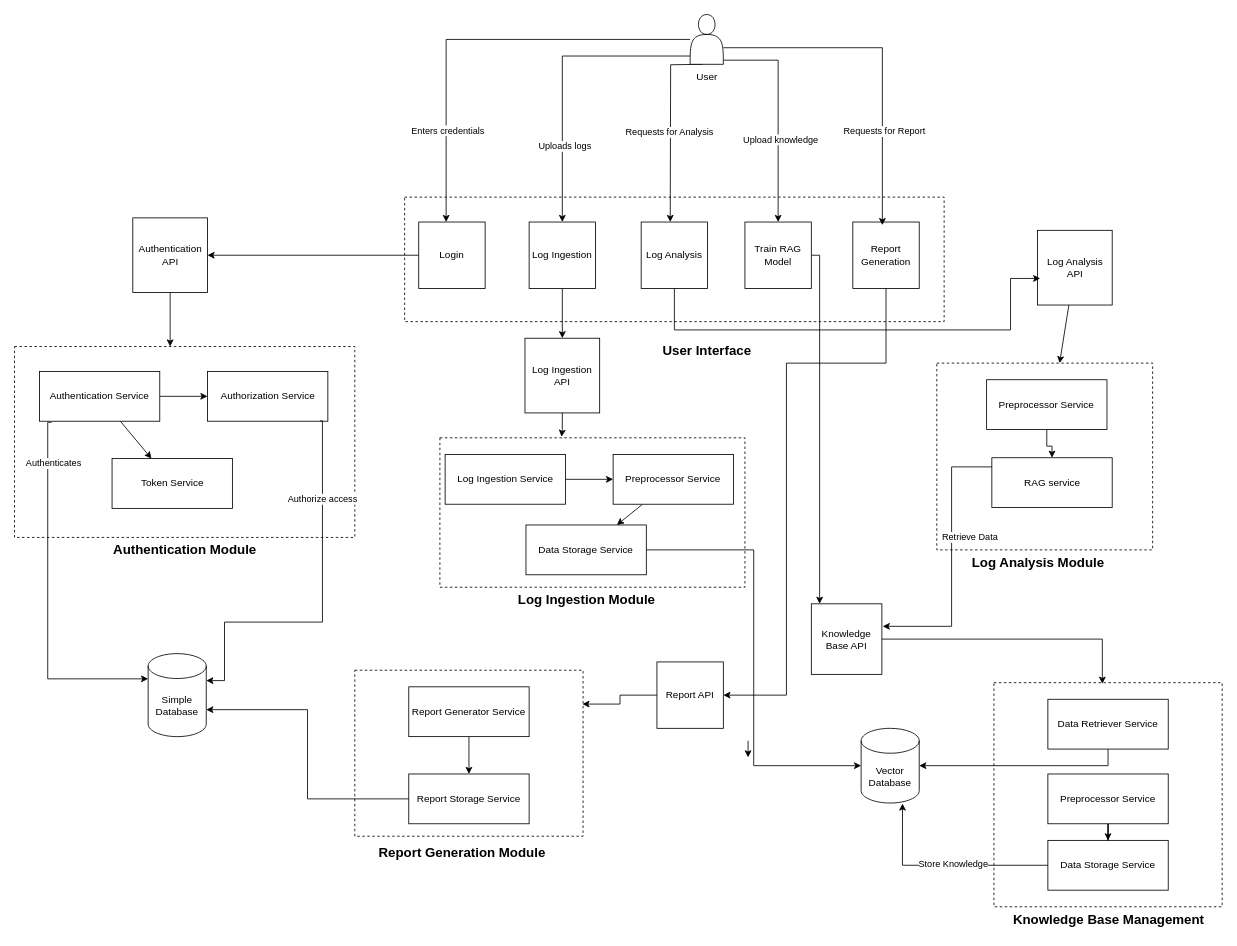
Noumannomi123/LogsMate keeps this draw.io diagram as Untitled Diagram.drawio. Above is the earlier version. Source tidied: cells renumbered, new cells numbered last; positions are measured from the earlier drawing's top-left corner, leaving out a move shared by most shapes. Both pictures are drawn from the tidied source at 83%, with x=0, y=0 at pixel (14, 14).
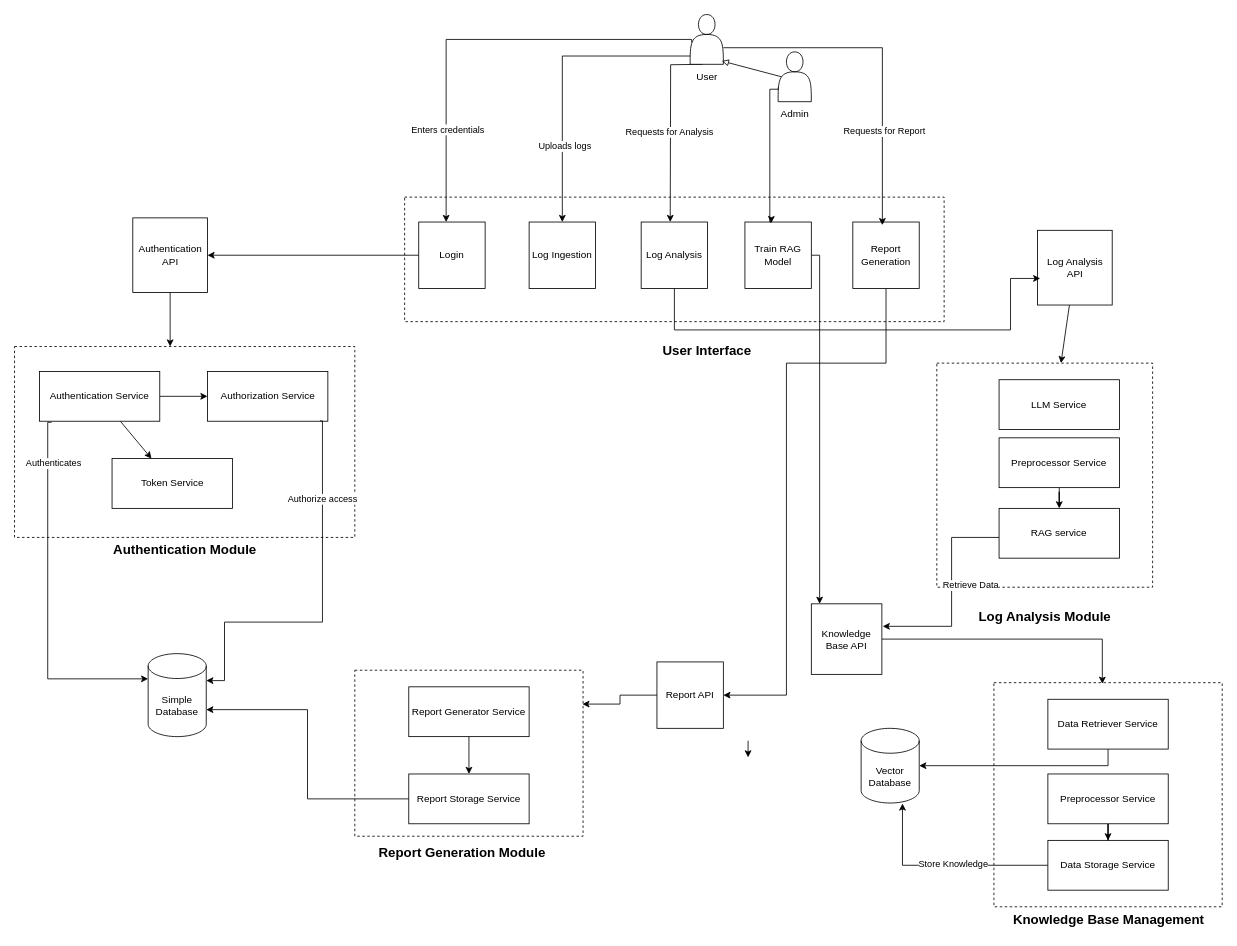
Above is the later version.

Unchanged cells that the change refers to:
```xml
<mxCell id="8" style="shape=actor;whiteSpace=wrap;html=1;" parent="1" vertex="1">
  <mxGeometry x="814" width="40" height="60" as="geometry" />
</mxCell>
<mxCell id="24" value="Log Ingestion" style="whiteSpace=wrap;html=1;" parent="1" vertex="1">
  <mxGeometry x="620" y="250" width="80" height="80" as="geometry" />
</mxCell>
<mxCell id="26" value="Login" style="whiteSpace=wrap;html=1;" parent="1" vertex="1">
  <mxGeometry x="487" y="250" width="80" height="80" as="geometry" />
</mxCell>
<mxCell id="45" value="Log Analysis API" style="whiteSpace=wrap;html=1;" parent="1" vertex="1">
  <mxGeometry x="1232.5" y="260" width="90" height="90" as="geometry" />
</mxCell>
<mxCell id="46" value="Log Analysis" style="whiteSpace=wrap;html=1;" parent="1" vertex="1">
  <mxGeometry x="755" y="250" width="80" height="80" as="geometry" />
</mxCell>
<mxCell id="51" value="Vector Database" style="shape=cylinder3;whiteSpace=wrap;html=1;boundedLbl=1;backgroundOutline=1;size=15;" parent="1" vertex="1">
  <mxGeometry x="1020" y="860" width="70" height="90" as="geometry" />
</mxCell>
<mxCell id="53" value="Knowledge Base API" style="whiteSpace=wrap;html=1;" parent="1" vertex="1">
  <mxGeometry x="960" y="710" width="85" height="85" as="geometry" />
</mxCell>
<mxCell id="59" value="Train RAG Model" style="whiteSpace=wrap;html=1;" parent="1" vertex="1">
  <mxGeometry x="880" y="250" width="80" height="80" as="geometry" />
</mxCell>
```

The edit, as a diff of the source:
```diff
@@
+    <mxCell id="80" style="shape=actor;whiteSpace=wrap;html=1;" parent="1" vertex="1">
+      <mxGeometry x="920" y="45" width="40" height="60" as="geometry" />
+    </mxCell>
@@
-    <mxCell id="6" style="edgeStyle=orthogonalEdgeStyle;rounded=0;jettySize=auto;html=1;entryX=0.5;entryY=0;entryDx=0;entryDy=0;" parent="1" edge="1" target="59">
-      <mxGeometry relative="1" as="geometry">
-        <mxPoint x="854" y="55" as="sourcePoint" />
-        <Array as="points">
-          <mxPoint x="920" y="55" />
-        </Array>
-      </mxGeometry>
-    </mxCell>
-    <mxCell id="7" value="Upload knowledge" style="edgeLabel;html=1;align=center;verticalAlign=middle;" parent="6" vertex="1">
-      <mxGeometry x="0.23" y="2" relative="1" as="geometry" />
-    </mxCell>
@@
-    <mxCell id="23" style="edgeStyle=orthogonalEdgeStyle;rounded=0;jettySize=auto;html=1;" parent="1" edge="1" source="24" target="36">
-      <mxGeometry relative="1" as="geometry" />
-    </mxCell>
@@
-    <mxCell id="27" style="edgeStyle=orthogonalEdgeStyle;rounded=0;jettySize=auto;html=1;" parent="1" edge="1" source="8" target="26">
+    <mxCell id="27" style="edgeStyle=orthogonalEdgeStyle;rounded=0;jettySize=auto;html=1;exitX=0.046;exitY=0.558;exitDx=0;exitDy=0;exitPerimeter=0;" parent="1" edge="1" source="8" target="26">
       <mxGeometry relative="1" as="geometry">
         <Array as="points">
+          <mxPoint x="816" y="30" />
           <mxPoint x="520" y="30" />
         </Array>
       </mxGeometry>
     </mxCell>
@@
-    <mxCell id="31" style="rounded=0;whiteSpace=wrap;html=1;dashed=1;" parent="1" vertex="1">
-      <mxGeometry x="512.5" y="510" width="367.5" height="180" as="geometry" />
-    </mxCell>
-    <mxCell id="32" style="rounded=0;jettySize=auto;html=1;" parent="1" edge="1" source="33" target="38">
-      <mxGeometry relative="1" as="geometry" />
-    </mxCell>
-    <mxCell id="33" value="Preprocessor Service" style="rounded=0;whiteSpace=wrap;html=1;" parent="1" vertex="1">
-      <mxGeometry x="721.2" y="530" width="145" height="60" as="geometry" />
-    </mxCell>
-    <mxCell id="34" style="edgeStyle=orthogonalEdgeStyle;rounded=0;jettySize=auto;html=1;" parent="1" edge="1" source="35" target="33">
-      <mxGeometry relative="1" as="geometry" />
-    </mxCell>
-    <mxCell id="35" value="Log Ingestion Service" style="rounded=0;whiteSpace=wrap;html=1;" parent="1" vertex="1">
-      <mxGeometry x="518.8" y="530" width="145" height="60" as="geometry" />
-    </mxCell>
-    <mxCell id="36" value="Log Ingestion API" style="whiteSpace=wrap;html=1;" parent="1" vertex="1">
-      <mxGeometry x="615" y="390" width="90" height="90" as="geometry" />
-    </mxCell>
@@
-    <mxCell id="38" value="Data Storage Service" style="rounded=0;whiteSpace=wrap;html=1;" parent="1" vertex="1">
-      <mxGeometry x="616.2" y="615" width="145" height="60" as="geometry" />
-    </mxCell>
     <mxCell id="39" style="rounded=0;whiteSpace=wrap;html=1;dashed=1;" parent="1" vertex="1">
-      <mxGeometry x="1111.2" y="420" width="260" height="225" as="geometry" />
+      <mxGeometry x="1111.2" y="420" width="260" height="270" as="geometry" />
     </mxCell>
-    <mxCell id="40" style="edgeStyle=orthogonalEdgeStyle;rounded=0;jettySize=auto;html=1;entryX=1.012;entryY=0.319;entryDx=0;entryDy=0;entryPerimeter=0;" parent="1" edge="1" target="53">
+    <mxCell id="40" style="edgeStyle=orthogonalEdgeStyle;rounded=0;jettySize=auto;html=1;entryX=1.012;entryY=0.319;entryDx=0;entryDy=0;entryPerimeter=0;" parent="1" edge="1" source="42" target="53">
       <mxGeometry relative="1" as="geometry">
-        <mxPoint x="1181.3" y="545" as="sourcePoint" />
         <Array as="points">
-          <mxPoint x="1129" y="545" />
+          <mxPoint x="1129" y="630" />
           <mxPoint x="1129" y="737" />
         </Array>
       </mxGeometry>
     </mxCell>
     <mxCell id="41" value="Retrieve Data" style="edgeLabel;html=1;align=center;verticalAlign=middle;" parent="40" vertex="1">
       <mxGeometry x="0.07" y="2" relative="1" as="geometry">
-        <mxPoint x="19" y="-38" as="offset" />
+        <mxPoint x="20" y="-17" as="offset" />
       </mxGeometry>
     </mxCell>
     <mxCell id="42" value="RAG service" style="rounded=0;whiteSpace=wrap;html=1;" parent="1" vertex="1">
-      <mxGeometry x="1177.5" y="534" width="145" height="60" as="geometry" />
+      <mxGeometry x="1186.2" y="595" width="145" height="60" as="geometry" />
     </mxCell>
     <mxCell id="43" value="&lt;b&gt;&lt;font style=&quot;font-size: 16px;&quot;&gt;Log Analysis Module&lt;/font&gt;&lt;/b&gt;" style="text;html=1;align=center;verticalAlign=middle;strokeColor=none;fillColor=none;" parent="1" vertex="1">
-      <mxGeometry x="1142.5" y="645" width="180" height="30" as="geometry" />
+      <mxGeometry x="1151.2" y="710" width="180" height="30" as="geometry" />
     </mxCell>
@@
     <mxCell id="61" value="Preprocessor Service" style="rounded=0;whiteSpace=wrap;html=1;" parent="1" vertex="1">
-      <mxGeometry x="1171.2" y="440" width="145" height="60" as="geometry" />
+      <mxGeometry x="1186.2" y="510" width="145" height="60" as="geometry" />
     </mxCell>
@@
-    <mxCell id="66" value="&lt;b&gt;&lt;font style=&quot;font-size: 16px;&quot;&gt;Log Ingestion Module&lt;/font&gt;&lt;/b&gt;" style="text;html=1;align=center;verticalAlign=middle;strokeColor=none;fillColor=none;" parent="1" vertex="1">
-      <mxGeometry x="593.8" y="690" width="190" height="30" as="geometry" />
-    </mxCell>
+    <mxCell id="69" style="edgeStyle=orthogonalEdgeStyle;rounded=0;jettySize=auto;html=1;entryX=0.037;entryY=0.644;entryDx=0;entryDy=0;entryPerimeter=0;" parent="1" edge="1" source="46" target="45">
+      <mxGeometry relative="1" as="geometry">
+        <Array as="points">
+          <mxPoint x="795" y="380" />
+          <mxPoint x="1200" y="380" />
+          <mxPoint x="1200" y="318" />
+        </Array>
+      </mxGeometry>
+    </mxCell>
@@
-    <mxCell id="69" style="edgeStyle=orthogonalEdgeStyle;rounded=0;jettySize=auto;html=1;entryX=0.037;entryY=0.644;entryDx=0;entryDy=0;entryPerimeter=0;" parent="1" edge="1" source="46" target="45">
-      <mxGeometry relative="1" as="geometry">
-        <Array as="points">
-          <mxPoint x="795" y="380" />
-          <mxPoint x="1200" y="380" />
-          <mxPoint x="1200" y="318" />
-        </Array>
-      </mxGeometry>
-    </mxCell>
-    <mxCell id="70" style="edgeStyle=orthogonalEdgeStyle;rounded=0;jettySize=auto;html=1;entryX=0;entryY=0.5;entryDx=0;entryDy=0;entryPerimeter=0;" parent="1" edge="1" source="38" target="51">
-      <mxGeometry relative="1" as="geometry" />
-    </mxCell>
@@
-    <mxCell id="72" style="edgeStyle=orthogonalEdgeStyle;rounded=0;jettySize=auto;html=1;entryX=0.399;entryY=-0.007;entryDx=0;entryDy=0;entryPerimeter=0;" parent="1" edge="1" source="36" target="31">
-      <mxGeometry relative="1" as="geometry" />
-    </mxCell>
@@
+    <mxCell id="81" value="Admin" style="text;html=1;align=center;verticalAlign=middle;strokeColor=none;fillColor=none;" parent="1" vertex="1">
+      <mxGeometry x="910" y="105" width="60" height="30" as="geometry" />
+    </mxCell>
+    <mxCell id="82" style="edgeStyle=orthogonalEdgeStyle;rounded=0;jettySize=auto;html=1;entryX=0.396;entryY=0.016;entryDx=0;entryDy=0;entryPerimeter=0;exitX=0.003;exitY=0.715;exitDx=0;exitDy=0;exitPerimeter=0;" parent="1" edge="1" source="80" target="59">
+      <mxGeometry relative="1" as="geometry">
+        <Array as="points">
+          <mxPoint x="920" y="90" />
+          <mxPoint x="910" y="90" />
+          <mxPoint x="910" y="250" />
+          <mxPoint x="912" y="250" />
+        </Array>
+      </mxGeometry>
+    </mxCell>
+    <mxCell id="83" style="endArrow=block;endFill=0;html=1;rounded=0;exitX=0.1;exitY=0.5;exitDx=0;exitDy=0;exitPerimeter=0;" parent="1" edge="1" source="80">
+      <mxGeometry relative="1" as="geometry">
+        <mxPoint x="852.2" y="56" as="targetPoint" />
+      </mxGeometry>
+    </mxCell>
+    <mxCell id="84" value="LLM Service" style="rounded=0;whiteSpace=wrap;html=1;" parent="1" vertex="1">
+      <mxGeometry x="1186.2" y="440" width="145" height="60" as="geometry" />
+    </mxCell>
```
